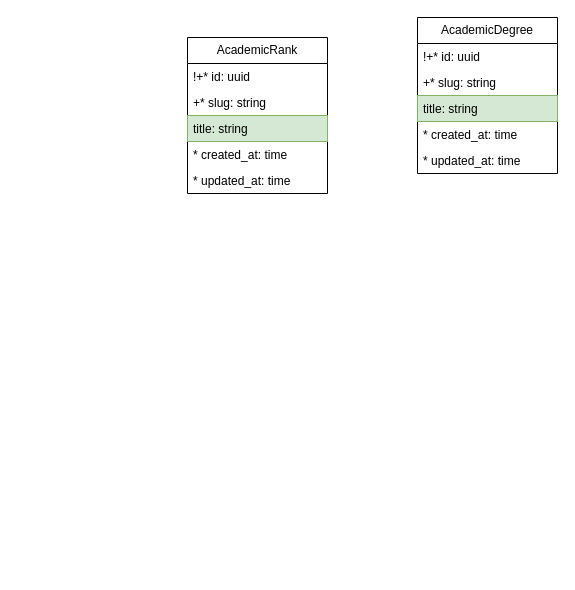
This is page "Employee" (4 of 4) of docs/entity_relationship.drawio from IrusHunter/duckademic, a draw.io file, before an edit. Source tidied: cells renumbered, new cells numbered last; positions are measured from the earlier drawing's top-left corner, leaving out a move shared by most shapes. Both pictures are drawn from the tidied source at 100%, with x=0, y=0 at pixel (187, 17).
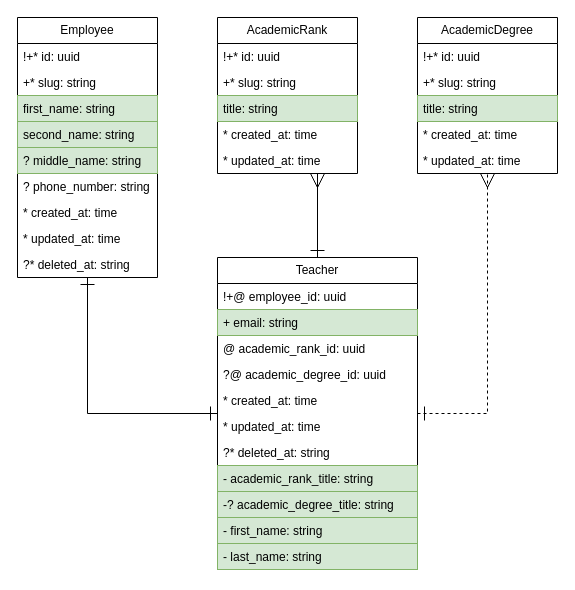
The same diagram, later.

The change refers to these unchanged cells:
```xml
<mxCell id="8" value="AcademicDegree" style="swimlane;fontStyle=0;horizontal=1;startSize=26;fillColor=none;whiteSpace=wrap;html=1;" parent="1" vertex="1">
  <mxGeometry x="230" width="140" height="156" as="geometry" />
</mxCell>
```

The edit, as a diff of the source:
```diff
@@
     <mxCell id="2" value="AcademicRank" style="swimlane;fontStyle=0;horizontal=1;startSize=26;fillColor=none;whiteSpace=wrap;html=1;" parent="1" vertex="1">
-      <mxGeometry y="20" width="140" height="156" as="geometry" />
+      <mxGeometry x="30" width="140" height="156" as="geometry" />
     </mxCell>
@@
+    <mxCell id="14" value="Employee" style="swimlane;fontStyle=0;horizontal=1;startSize=26;fillColor=none;whiteSpace=wrap;html=1;" parent="1" vertex="1">
+      <mxGeometry x="-170" width="140" height="260" as="geometry" />
+    </mxCell>
+    <mxCell id="15" value="!+* id: uuid" style="text;strokeColor=none;fillColor=none;align=left;verticalAlign=top;spacingLeft=4;spacingRight=4;overflow=hidden;whiteSpace=wrap;html=1;" parent="14" vertex="1">
+      <mxGeometry y="26" width="140" height="26" as="geometry" />
+    </mxCell>
+    <mxCell id="16" value="+* slug: string" style="text;strokeColor=none;fillColor=none;align=left;verticalAlign=top;spacingLeft=4;spacingRight=4;overflow=hidden;whiteSpace=wrap;html=1;" parent="14" vertex="1">
+      <mxGeometry y="52" width="140" height="26" as="geometry" />
+    </mxCell>
+    <mxCell id="17" value="first_name: string" style="text;strokeColor=#82b366;fillColor=#d5e8d4;align=left;verticalAlign=top;spacingLeft=4;spacingRight=4;overflow=hidden;whiteSpace=wrap;html=1;" parent="14" vertex="1">
+      <mxGeometry y="78" width="140" height="26" as="geometry" />
+    </mxCell>
+    <mxCell id="18" value="second_name: string" style="text;strokeColor=#82b366;fillColor=#d5e8d4;align=left;verticalAlign=top;spacingLeft=4;spacingRight=4;overflow=hidden;whiteSpace=wrap;html=1;" parent="14" vertex="1">
+      <mxGeometry y="104" width="140" height="26" as="geometry" />
+    </mxCell>
+    <mxCell id="19" value="? middle_name: string" style="text;strokeColor=#82b366;fillColor=#d5e8d4;align=left;verticalAlign=top;spacingLeft=4;spacingRight=4;overflow=hidden;whiteSpace=wrap;html=1;" parent="14" vertex="1">
+      <mxGeometry y="130" width="140" height="26" as="geometry" />
+    </mxCell>
+    <mxCell id="20" value="? phone_number: string" style="text;strokeColor=none;fillColor=none;align=left;verticalAlign=top;spacingLeft=4;spacingRight=4;overflow=hidden;whiteSpace=wrap;html=1;" parent="14" vertex="1">
+      <mxGeometry y="156" width="140" height="26" as="geometry" />
+    </mxCell>
+    <mxCell id="21" value="* created_at: time" style="text;strokeColor=none;fillColor=none;align=left;verticalAlign=top;spacingLeft=4;spacingRight=4;overflow=hidden;whiteSpace=wrap;html=1;" parent="14" vertex="1">
+      <mxGeometry y="182" width="140" height="26" as="geometry" />
+    </mxCell>
+    <mxCell id="22" value="* updated_at: time" style="text;strokeColor=none;fillColor=none;align=left;verticalAlign=top;spacingLeft=4;spacingRight=4;overflow=hidden;whiteSpace=wrap;html=1;" parent="14" vertex="1">
+      <mxGeometry y="208" width="140" height="26" as="geometry" />
+    </mxCell>
+    <mxCell id="23" value="?* deleted_at: string" style="text;strokeColor=none;fillColor=none;align=left;verticalAlign=top;spacingLeft=4;spacingRight=4;overflow=hidden;whiteSpace=wrap;html=1;" parent="14" vertex="1">
+      <mxGeometry y="234" width="140" height="26" as="geometry" />
+    </mxCell>
+    <mxCell id="24" value="Teacher" style="swimlane;fontStyle=0;horizontal=1;startSize=26;fillColor=none;whiteSpace=wrap;html=1;" parent="1" vertex="1">
+      <mxGeometry x="30" y="240" width="200" height="312" as="geometry" />
+    </mxCell>
+    <mxCell id="25" value="!+@ employee_id: uuid" style="text;strokeColor=none;fillColor=none;align=left;verticalAlign=top;spacingLeft=4;spacingRight=4;overflow=hidden;whiteSpace=wrap;html=1;" parent="24" vertex="1">
+      <mxGeometry y="26" width="200" height="26" as="geometry" />
+    </mxCell>
+    <mxCell id="26" value="+ email: string" style="text;strokeColor=#82b366;fillColor=#d5e8d4;align=left;verticalAlign=top;spacingLeft=4;spacingRight=4;overflow=hidden;whiteSpace=wrap;html=1;" parent="24" vertex="1">
+      <mxGeometry y="52" width="200" height="26" as="geometry" />
+    </mxCell>
+    <mxCell id="27" value="@ academic_rank_id: uuid" style="text;strokeColor=none;fillColor=none;align=left;verticalAlign=top;spacingLeft=4;spacingRight=4;overflow=hidden;whiteSpace=wrap;html=1;" parent="24" vertex="1">
+      <mxGeometry y="78" width="200" height="26" as="geometry" />
+    </mxCell>
+    <mxCell id="28" value="?@ academic_degree_id: uuid" style="text;strokeColor=none;fillColor=none;align=left;verticalAlign=top;spacingLeft=4;spacingRight=4;overflow=hidden;whiteSpace=wrap;html=1;" parent="24" vertex="1">
+      <mxGeometry y="104" width="200" height="26" as="geometry" />
+    </mxCell>
+    <mxCell id="29" value="* created_at: time" style="text;strokeColor=none;fillColor=none;align=left;verticalAlign=top;spacingLeft=4;spacingRight=4;overflow=hidden;whiteSpace=wrap;html=1;" parent="24" vertex="1">
+      <mxGeometry y="130" width="200" height="26" as="geometry" />
+    </mxCell>
+    <mxCell id="30" value="* updated_at: time" style="text;strokeColor=none;fillColor=none;align=left;verticalAlign=top;spacingLeft=4;spacingRight=4;overflow=hidden;whiteSpace=wrap;html=1;" parent="24" vertex="1">
+      <mxGeometry y="156" width="200" height="26" as="geometry" />
+    </mxCell>
+    <mxCell id="31" value="?* deleted_at: string" style="text;strokeColor=none;fillColor=none;align=left;verticalAlign=top;spacingLeft=4;spacingRight=4;overflow=hidden;whiteSpace=wrap;html=1;" parent="24" vertex="1">
+      <mxGeometry y="182" width="200" height="26" as="geometry" />
+    </mxCell>
+    <mxCell id="32" value="- academic_rank_title: string" style="text;strokeColor=#82b366;fillColor=#d5e8d4;align=left;verticalAlign=top;spacingLeft=4;spacingRight=4;overflow=hidden;whiteSpace=wrap;html=1;" parent="24" vertex="1">
+      <mxGeometry y="208" width="200" height="26" as="geometry" />
+    </mxCell>
+    <mxCell id="33" value="&lt;span style=&quot;color: rgb(0, 0, 0);&quot;&gt;-? academic_degree_title: string&lt;/span&gt;" style="text;strokeColor=#82b366;fillColor=#d5e8d4;align=left;verticalAlign=top;spacingLeft=4;spacingRight=4;overflow=hidden;whiteSpace=wrap;html=1;" parent="24" vertex="1">
+      <mxGeometry y="234" width="200" height="26" as="geometry" />
+    </mxCell>
+    <mxCell id="34" value="- first_name: string" style="text;strokeColor=#82b366;fillColor=#d5e8d4;align=left;verticalAlign=top;spacingLeft=4;spacingRight=4;overflow=hidden;whiteSpace=wrap;html=1;" parent="24" vertex="1">
+      <mxGeometry y="260" width="200" height="26" as="geometry" />
+    </mxCell>
+    <mxCell id="35" value="- last_name: string" style="text;strokeColor=#82b366;fillColor=#d5e8d4;align=left;verticalAlign=top;spacingLeft=4;spacingRight=4;overflow=hidden;whiteSpace=wrap;html=1;" parent="24" vertex="1">
+      <mxGeometry y="286" width="200" height="26" as="geometry" />
+    </mxCell>
+    <mxCell id="36" style="edgeStyle=orthogonalEdgeStyle;html=1;startArrow=ERone;startFill=0;endArrow=ERone;endFill=0;endSize=12;startSize=12;strokeWidth=1;rounded=0;curved=0;" parent="1" edge="1" source="24" target="14">
+      <mxGeometry relative="1" as="geometry">
+        <Array as="points">
+          <mxPoint x="-100" y="396" />
+        </Array>
+      </mxGeometry>
+    </mxCell>
+    <mxCell id="37" style="edgeStyle=orthogonalEdgeStyle;html=1;startArrow=ERone;startFill=0;endArrow=ERmany;endFill=0;endSize=12;startSize=12;strokeWidth=1;rounded=0;curved=0;" parent="1" edge="1" source="24" target="2">
+      <mxGeometry relative="1" as="geometry">
+        <Array as="points">
+          <mxPoint x="80" y="240" />
+          <mxPoint x="80" y="240" />
+        </Array>
+      </mxGeometry>
+    </mxCell>
+    <mxCell id="38" style="edgeStyle=orthogonalEdgeStyle;html=1;startArrow=ERone;startFill=0;endArrow=ERmany;endFill=0;endSize=12;startSize=12;strokeWidth=1;rounded=0;curved=0;dashed=1;" parent="1" edge="1" source="24" target="8">
+      <mxGeometry relative="1" as="geometry">
+        <Array as="points">
+          <mxPoint x="300" y="396" />
+        </Array>
+      </mxGeometry>
+    </mxCell>
```
